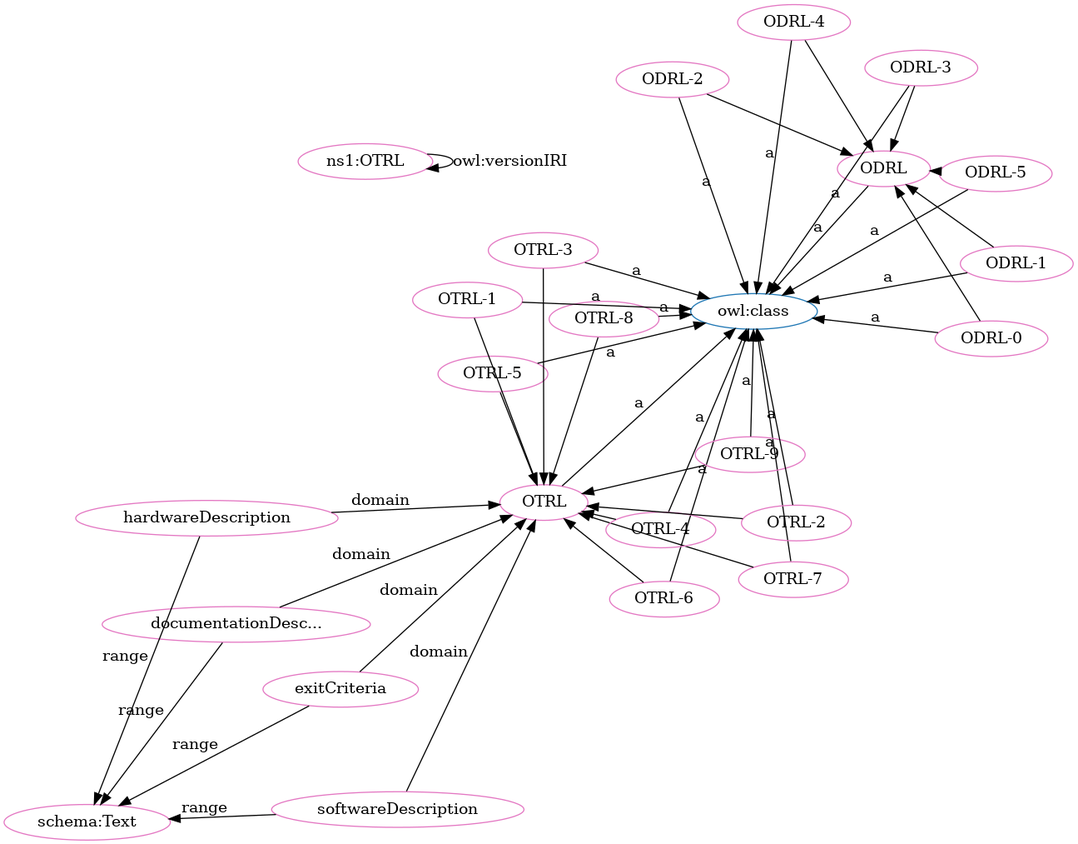
The Graphviz diagram OTRL-clean.png in OPEN-NEXT/OKH-LOSH, before a commit. Its source is kept beside it as OTRL-clean.dot.
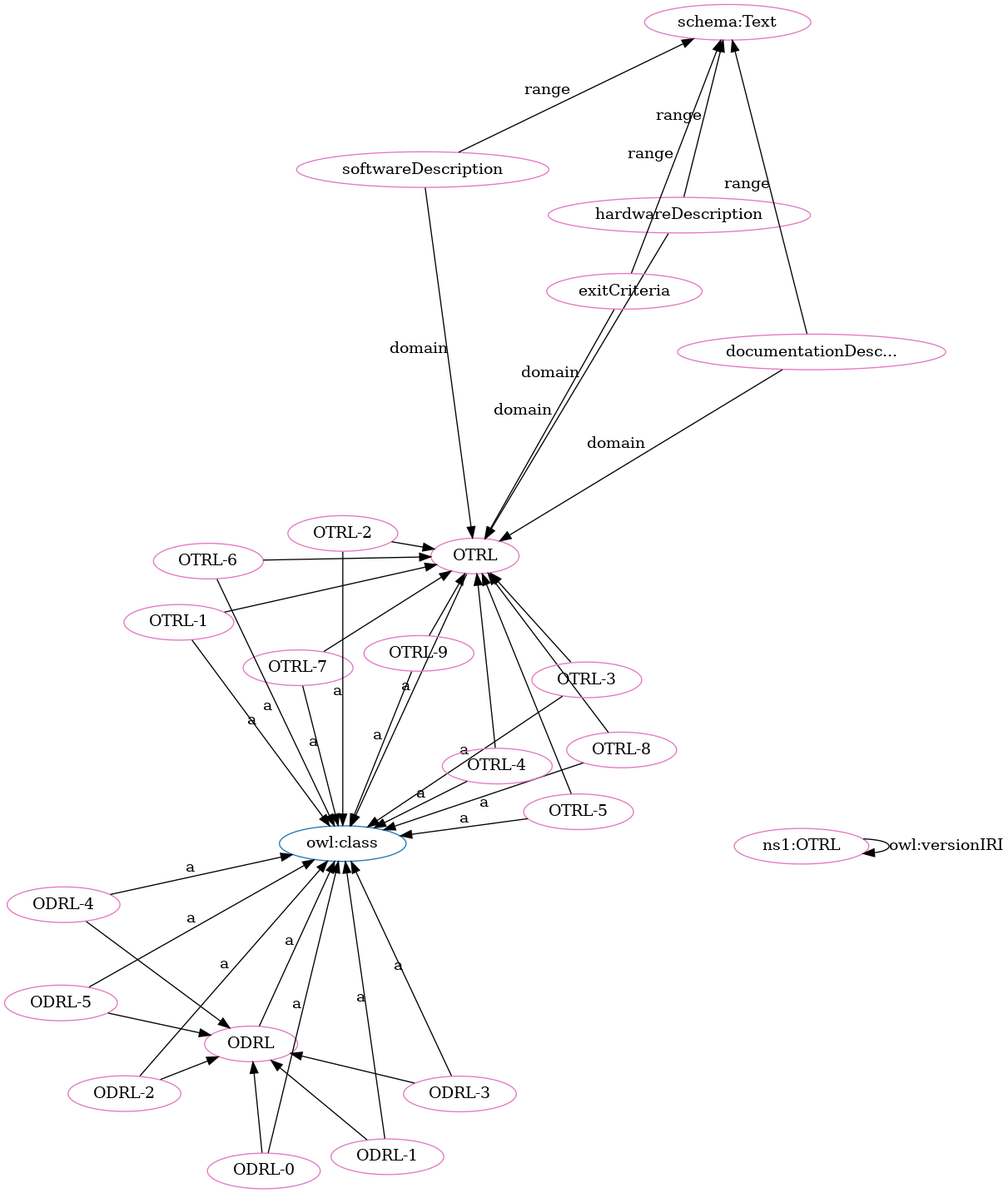
Above is the later version.

Diff of the diagram source:
```diff
@@ -1,71 +1,71 @@
 digraph G {
   rankdir=BT
   node[height=.3]
-"http://www.w3.org/2002/07/owl#class" [fillcolor="#1f77b4" color="#1f77b4" label="owl:class"]
 "http://purl.org/oseg/ontologies/OTRL#ODRL" [fillcolor="#1f77b4" color="#1f77b4" label="ODRL"]
 "http://purl.org/oseg/ontologies/OTRL#OTRL" [fillcolor="#1f77b4" color="#1f77b4" label="OTRL"]
+"http://www.w3.org/2002/07/owl#class" [fillcolor="#1f77b4" color="#1f77b4" label="owl:class"]
+"http://purl.org/oseg/ontologies/OTRL#OTRL" [fillcolor="#e377c2" color="#e377c2" label="OTRL"]
+"http://schema.org/Text" [fillcolor="#e377c2" color="#e377c2" label="schema:Text"]
+"http://purl.org/oseg/ontologies/OTRL#softwareDescription" [fillcolor="#e377c2" color="#e377c2" label="softwareDescription"]
+"http://purl.org/oseg/ontologies/OTRL#OTRL-5" [fillcolor="#e377c2" color="#e377c2" label="OTRL-5"]
+"http://purl.org/oseg/ontologies/OTRL#OTRL-7" [fillcolor="#e377c2" color="#e377c2" label="OTRL-7"]
 "http://purl.org/oseg/ontologies/OTRL#ODRL" [fillcolor="#e377c2" color="#e377c2" label="ODRL"]
-"http://purl.org/oseg/ontologies/OTRL#OTRL" [fillcolor="#e377c2" color="#e377c2" label="OTRL"]
+"http://purl.org/oseg/ontologies/OTRL#hardwareDescription" [fillcolor="#e377c2" color="#e377c2" label="hardwareDescription"]
+"http://purl.org/oseg/ontologies/OTRL#exitCriteria" [fillcolor="#e377c2" color="#e377c2" label="exitCriteria"]
+"http://purl.org/oseg/ontologies/OTRL#ODRL-2" [fillcolor="#e377c2" color="#e377c2" label="ODRL-2"]
+"http://purl.org/oseg/ontologies/OTRL#OTRL-6" [fillcolor="#e377c2" color="#e377c2" label="OTRL-6"]
+"http://purl.org/oseg/ontologies/OTRL#OTRL-9" [fillcolor="#e377c2" color="#e377c2" label="OTRL-9"]
+"http://purl.org/oseg/ontologies/OTRL#OTRL-8" [fillcolor="#e377c2" color="#e377c2" label="OTRL-8"]
+"http://purl.org/oseg/ontologies/OTRL#documentationDescription" [fillcolor="#e377c2" color="#e377c2" label="documentationDesc..."]
+"http://purl.org/oseg/ontologies/OTRL#OTRL-3" [fillcolor="#e377c2" color="#e377c2" label="OTRL-3"]
+"http://purl.org/oseg/ontologies/OTRL#ODRL-0" [fillcolor="#e377c2" color="#e377c2" label="ODRL-0"]
+"http://purl.org/oseg/ontologies/OTRL#ODRL-1" [fillcolor="#e377c2" color="#e377c2" label="ODRL-1"]
 "http://purl.org/oseg/ontologies/OTRL#ODRL-5" [fillcolor="#e377c2" color="#e377c2" label="ODRL-5"]
-"http://purl.org/oseg/ontologies/OTRL#OTRL-5" [fillcolor="#e377c2" color="#e377c2" label="OTRL-5"]
-"http://schema.org/Text" [fillcolor="#e377c2" color="#e377c2" label="schema:Text"]
+"http://purl.org/oseg/ontologies/OTRL#OTRL-2" [fillcolor="#e377c2" color="#e377c2" label="OTRL-2"]
+"http://purl.org/oseg/ontologies/OTRL" [fillcolor="#e377c2" color="#e377c2" label="ns1:OTRL"]
+"http://purl.org/oseg/ontologies/OTRL#OTRL-1" [fillcolor="#e377c2" color="#e377c2" label="OTRL-1"]
 "http://purl.org/oseg/ontologies/OTRL#ODRL-3" [fillcolor="#e377c2" color="#e377c2" label="ODRL-3"]
-"http://purl.org/oseg/ontologies/OTRL#exitCriteria" [fillcolor="#e377c2" color="#e377c2" label="exitCriteria"]
-"http://purl.org/oseg/ontologies/OTRL#softwareDescription" [fillcolor="#e377c2" color="#e377c2" label="softwareDescription"]
-"http://purl.org/oseg/ontologies/OTRL#ODRL-1" [fillcolor="#e377c2" color="#e377c2" label="ODRL-1"]
-"http://purl.org/oseg/ontologies/OTRL#OTRL-7" [fillcolor="#e377c2" color="#e377c2" label="OTRL-7"]
-"http://purl.org/oseg/ontologies/OTRL#documentationDescription" [fillcolor="#e377c2" color="#e377c2" label="documentationDesc..."]
-"http://purl.org/oseg/ontologies/OTRL#ODRL-0" [fillcolor="#e377c2" color="#e377c2" label="ODRL-0"]
-"http://purl.org/oseg/ontologies/OTRL" [fillcolor="#e377c2" color="#e377c2" label="ns1:OTRL"]
-"http://purl.org/oseg/ontologies/OTRL#OTRL-6" [fillcolor="#e377c2" color="#e377c2" label="OTRL-6"]
-"http://purl.org/oseg/ontologies/OTRL#ODRL-2" [fillcolor="#e377c2" color="#e377c2" label="ODRL-2"]
 "http://purl.org/oseg/ontologies/OTRL#OTRL-4" [fillcolor="#e377c2" color="#e377c2" label="OTRL-4"]
-"http://purl.org/oseg/ontologies/OTRL#OTRL-8" [fillcolor="#e377c2" color="#e377c2" label="OTRL-8"]
-"http://purl.org/oseg/ontologies/OTRL#OTRL-1" [fillcolor="#e377c2" color="#e377c2" label="OTRL-1"]
-"http://purl.org/oseg/ontologies/OTRL#hardwareDescription" [fillcolor="#e377c2" color="#e377c2" label="hardwareDescription"]
 "http://purl.org/oseg/ontologies/OTRL#ODRL-4" [fillcolor="#e377c2" color="#e377c2" label="ODRL-4"]
-"http://purl.org/oseg/ontologies/OTRL#OTRL-9" [fillcolor="#e377c2" color="#e377c2" label="OTRL-9"]
-"http://purl.org/oseg/ontologies/OTRL#OTRL-2" [fillcolor="#e377c2" color="#e377c2" label="OTRL-2"]
-"http://purl.org/oseg/ontologies/OTRL#OTRL-3" [fillcolor="#e377c2" color="#e377c2" label="OTRL-3"]
+  "http://purl.org/oseg/ontologies/OTRL#OTRL-5" -> "http://www.w3.org/2002/07/owl#class" [label="a"]
+  "http://purl.org/oseg/ontologies/OTRL#OTRL-7" -> "http://www.w3.org/2002/07/owl#class" [label="a"]
+  "http://purl.org/oseg/ontologies/OTRL#ODRL" -> "http://www.w3.org/2002/07/owl#class" [label="a"]
+  "http://purl.org/oseg/ontologies/OTRL#exitCriteria" -> "http://schema.org/Text" [label="range"]
+  "http://purl.org/oseg/ontologies/OTRL#softwareDescription" -> "http://purl.org/oseg/ontologies/OTRL#OTRL" [label="domain"]
+  "http://purl.org/oseg/ontologies/OTRL#OTRL-9" -> "http://www.w3.org/2002/07/owl#class" [label="a"]
+  "http://purl.org/oseg/ontologies/OTRL#OTRL-3" -> "http://purl.org/oseg/ontologies/OTRL#OTRL" [label=""]
+  "http://purl.org/oseg/ontologies/OTRL#ODRL-4" -> "http://purl.org/oseg/ontologies/OTRL#ODRL" [label=""]
+  "http://purl.org/oseg/ontologies/OTRL#ODRL-3" -> "http://purl.org/oseg/ontologies/OTRL#ODRL" [label=""]
+  "http://purl.org/oseg/ontologies/OTRL#OTRL-6" -> "http://purl.org/oseg/ontologies/OTRL#OTRL" [label=""]
+  "http://purl.org/oseg/ontologies/OTRL#ODRL-0" -> "http://www.w3.org/2002/07/owl#class" [label="a"]
+  "http://purl.org/oseg/ontologies/OTRL#ODRL-5" -> "http://purl.org/oseg/ontologies/OTRL#ODRL" [label=""]
+  "http://purl.org/oseg/ontologies/OTRL#ODRL-1" -> "http://www.w3.org/2002/07/owl#class" [label="a"]
+  "http://purl.org/oseg/ontologies/OTRL#hardwareDescription" -> "http://schema.org/Text" [label="range"]
+  "http://purl.org/oseg/ontologies/OTRL#ODRL-5" -> "http://www.w3.org/2002/07/owl#class" [label="a"]
+  "http://purl.org/oseg/ontologies/OTRL#OTRL-2" -> "http://www.w3.org/2002/07/owl#class" [label="a"]
   "http://purl.org/oseg/ontologies/OTRL#OTRL-8" -> "http://purl.org/oseg/ontologies/OTRL#OTRL" [label=""]
+  "http://purl.org/oseg/ontologies/OTRL#OTRL-1" -> "http://www.w3.org/2002/07/owl#class" [label="a"]
+  "http://purl.org/oseg/ontologies/OTRL#OTRL" -> "http://www.w3.org/2002/07/owl#class" [label="a"]
+  "http://purl.org/oseg/ontologies/OTRL" -> "http://purl.org/oseg/ontologies/OTRL" [label="owl:versionIRI"]
+  "http://purl.org/oseg/ontologies/OTRL#exitCriteria" -> "http://purl.org/oseg/ontologies/OTRL#OTRL" [label="domain"]
+  "http://purl.org/oseg/ontologies/OTRL#softwareDescription" -> "http://schema.org/Text" [label="range"]
+  "http://purl.org/oseg/ontologies/OTRL#OTRL-9" -> "http://purl.org/oseg/ontologies/OTRL#OTRL" [label=""]
+  "http://purl.org/oseg/ontologies/OTRL#documentationDescription" -> "http://schema.org/Text" [label="range"]
   "http://purl.org/oseg/ontologies/OTRL#ODRL-0" -> "http://purl.org/oseg/ontologies/OTRL#ODRL" [label=""]
-  "http://purl.org/oseg/ontologies/OTRL#ODRL-5" -> "http://www.w3.org/2002/07/owl#class" [label="a"]
+  "http://purl.org/oseg/ontologies/OTRL#OTRL-4" -> "http://purl.org/oseg/ontologies/OTRL#OTRL" [label=""]
+  "http://purl.org/oseg/ontologies/OTRL#ODRL-2" -> "http://www.w3.org/2002/07/owl#class" [label="a"]
+  "http://purl.org/oseg/ontologies/OTRL#OTRL-6" -> "http://www.w3.org/2002/07/owl#class" [label="a"]
+  "http://purl.org/oseg/ontologies/OTRL#OTRL-8" -> "http://www.w3.org/2002/07/owl#class" [label="a"]
   "http://purl.org/oseg/ontologies/OTRL#OTRL-1" -> "http://purl.org/oseg/ontologies/OTRL#OTRL" [label=""]
-  "http://purl.org/oseg/ontologies/OTRL#OTRL-5" -> "http://www.w3.org/2002/07/owl#class" [label="a"]
+  "http://purl.org/oseg/ontologies/OTRL#OTRL-3" -> "http://www.w3.org/2002/07/owl#class" [label="a"]
+  "http://purl.org/oseg/ontologies/OTRL#ODRL-1" -> "http://purl.org/oseg/ontologies/OTRL#ODRL" [label=""]
+  "http://purl.org/oseg/ontologies/OTRL#documentationDescription" -> "http://purl.org/oseg/ontologies/OTRL#OTRL" [label="domain"]
+  "http://purl.org/oseg/ontologies/OTRL#OTRL-5" -> "http://purl.org/oseg/ontologies/OTRL#OTRL" [label=""]
+  "http://purl.org/oseg/ontologies/OTRL#ODRL-2" -> "http://purl.org/oseg/ontologies/OTRL#ODRL" [label=""]
+  "http://purl.org/oseg/ontologies/OTRL#ODRL-3" -> "http://www.w3.org/2002/07/owl#class" [label="a"]
+  "http://purl.org/oseg/ontologies/OTRL#OTRL-7" -> "http://purl.org/oseg/ontologies/OTRL#OTRL" [label=""]
+  "http://purl.org/oseg/ontologies/OTRL#OTRL-4" -> "http://www.w3.org/2002/07/owl#class" [label="a"]
+  "http://purl.org/oseg/ontologies/OTRL#ODRL-4" -> "http://www.w3.org/2002/07/owl#class" [label="a"]
+  "http://purl.org/oseg/ontologies/OTRL#hardwareDescription" -> "http://purl.org/oseg/ontologies/OTRL#OTRL" [label="domain"]
   "http://purl.org/oseg/ontologies/OTRL#OTRL-2" -> "http://purl.org/oseg/ontologies/OTRL#OTRL" [label=""]
-  "http://purl.org/oseg/ontologies/OTRL#ODRL-4" -> "http://purl.org/oseg/ontologies/OTRL#ODRL" [label=""]
-  "http://purl.org/oseg/ontologies/OTRL#OTRL-7" -> "http://purl.org/oseg/ontologies/OTRL#OTRL" [label=""]
-  "http://purl.org/oseg/ontologies/OTRL#hardwareDescription" -> "http://purl.org/oseg/ontologies/OTRL#OTRL" [label="domain"]
-  "http://purl.org/oseg/ontologies/OTRL#hardwareDescription" -> "http://schema.org/Text" [label="range"]
-  "http://purl.org/oseg/ontologies/OTRL#ODRL-3" -> "http://www.w3.org/2002/07/owl#class" [label="a"]
-  "http://purl.org/oseg/ontologies/OTRL#OTRL-4" -> "http://purl.org/oseg/ontologies/OTRL#OTRL" [label=""]
-  "http://purl.org/oseg/ontologies/OTRL#softwareDescription" -> "http://schema.org/Text" [label="range"]
-  "http://purl.org/oseg/ontologies/OTRL#ODRL-5" -> "http://purl.org/oseg/ontologies/OTRL#ODRL" [label=""]
-  "http://purl.org/oseg/ontologies/OTRL#OTRL" -> "http://www.w3.org/2002/07/owl#class" [label="a"]
-  "http://purl.org/oseg/ontologies/OTRL#softwareDescription" -> "http://purl.org/oseg/ontologies/OTRL#OTRL" [label="domain"]
-  "http://purl.org/oseg/ontologies/OTRL#ODRL-1" -> "http://purl.org/oseg/ontologies/OTRL#ODRL" [label=""]
-  "http://purl.org/oseg/ontologies/OTRL#OTRL-6" -> "http://www.w3.org/2002/07/owl#class" [label="a"]
-  "http://purl.org/oseg/ontologies/OTRL#OTRL-9" -> "http://purl.org/oseg/ontologies/OTRL#OTRL" [label=""]
-  "http://purl.org/oseg/ontologies/OTRL#ODRL-2" -> "http://www.w3.org/2002/07/owl#class" [label="a"]
-  "http://purl.org/oseg/ontologies/OTRL#OTRL-8" -> "http://www.w3.org/2002/07/owl#class" [label="a"]
-  "http://purl.org/oseg/ontologies/OTRL#OTRL-3" -> "http://purl.org/oseg/ontologies/OTRL#OTRL" [label=""]
-  "http://purl.org/oseg/ontologies/OTRL#ODRL-3" -> "http://purl.org/oseg/ontologies/OTRL#ODRL" [label=""]
-  "http://purl.org/oseg/ontologies/OTRL#OTRL-9" -> "http://www.w3.org/2002/07/owl#class" [label="a"]
-  "http://purl.org/oseg/ontologies/OTRL#OTRL-5" -> "http://purl.org/oseg/ontologies/OTRL#OTRL" [label=""]
-  "http://purl.org/oseg/ontologies/OTRL#documentationDescription" -> "http://schema.org/Text" [label="range"]
-  "http://purl.org/oseg/ontologies/OTRL#documentationDescription" -> "http://purl.org/oseg/ontologies/OTRL#OTRL" [label="domain"]
-  "http://purl.org/oseg/ontologies/OTRL#ODRL-2" -> "http://purl.org/oseg/ontologies/OTRL#ODRL" [label=""]
-  "http://purl.org/oseg/ontologies/OTRL#ODRL" -> "http://www.w3.org/2002/07/owl#class" [label="a"]
-  "http://purl.org/oseg/ontologies/OTRL#ODRL-1" -> "http://www.w3.org/2002/07/owl#class" [label="a"]
-  "http://purl.org/oseg/ontologies/OTRL#OTRL-7" -> "http://www.w3.org/2002/07/owl#class" [label="a"]
-  "http://purl.org/oseg/ontologies/OTRL#ODRL-0" -> "http://www.w3.org/2002/07/owl#class" [label="a"]
-  "http://purl.org/oseg/ontologies/OTRL#OTRL-4" -> "http://www.w3.org/2002/07/owl#class" [label="a"]
-  "http://purl.org/oseg/ontologies/OTRL#exitCriteria" -> "http://schema.org/Text" [label="range"]
-  "http://purl.org/oseg/ontologies/OTRL#OTRL-1" -> "http://www.w3.org/2002/07/owl#class" [label="a"]
-  "http://purl.org/oseg/ontologies/OTRL#exitCriteria" -> "http://purl.org/oseg/ontologies/OTRL#OTRL" [label="domain"]
-  "http://purl.org/oseg/ontologies/OTRL#ODRL-4" -> "http://www.w3.org/2002/07/owl#class" [label="a"]
-  "http://purl.org/oseg/ontologies/OTRL#OTRL-2" -> "http://www.w3.org/2002/07/owl#class" [label="a"]
-  "http://purl.org/oseg/ontologies/OTRL" -> "http://purl.org/oseg/ontologies/OTRL" [label="owl:versionIRI"]
-  "http://purl.org/oseg/ontologies/OTRL#OTRL-6" -> "http://purl.org/oseg/ontologies/OTRL#OTRL" [label=""]
-  "http://purl.org/oseg/ontologies/OTRL#OTRL-3" -> "http://www.w3.org/2002/07/owl#class" [label="a"]
 }
```
